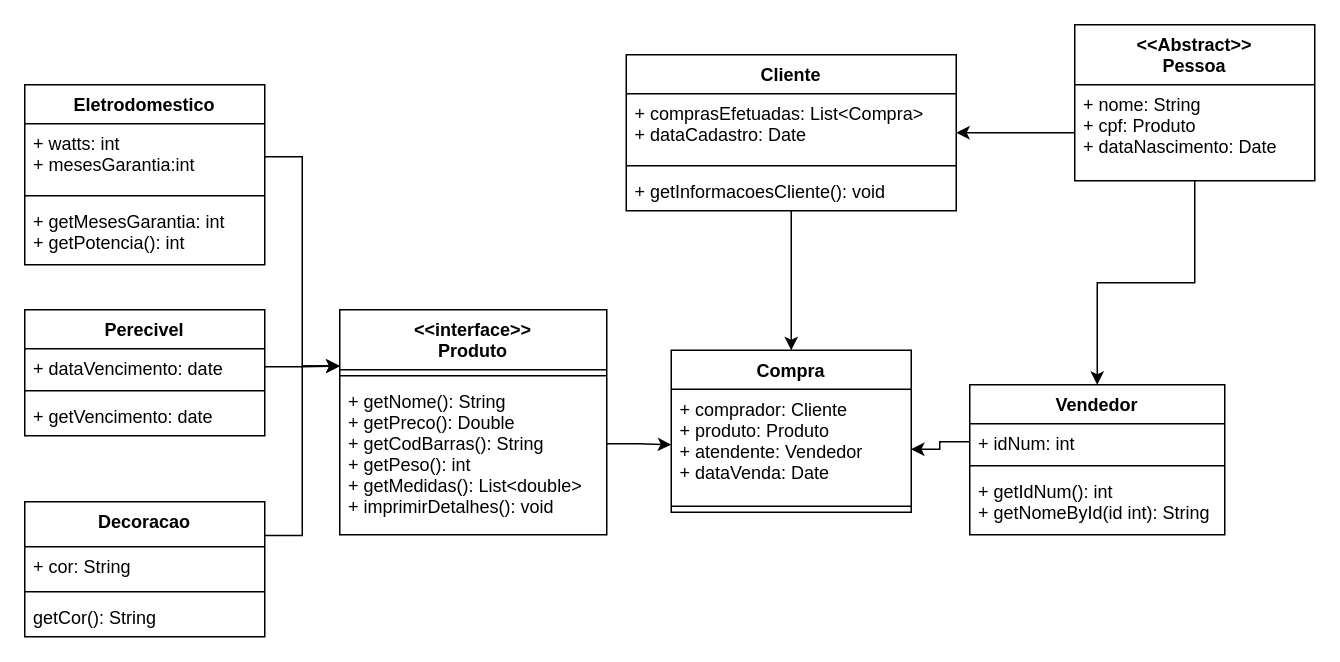
Above: ProjetoLP2.drawio in jovi-j/projeto-lp2 (draw.io), before the change. Source tidied: cells renumbered, new cells numbered last; positions are measured from the earlier drawing's top-left corner, leaving out a move shared by most shapes. Both pictures are drawn from the tidied source at 150%, with x=0, y=0 at pixel (24, 24).
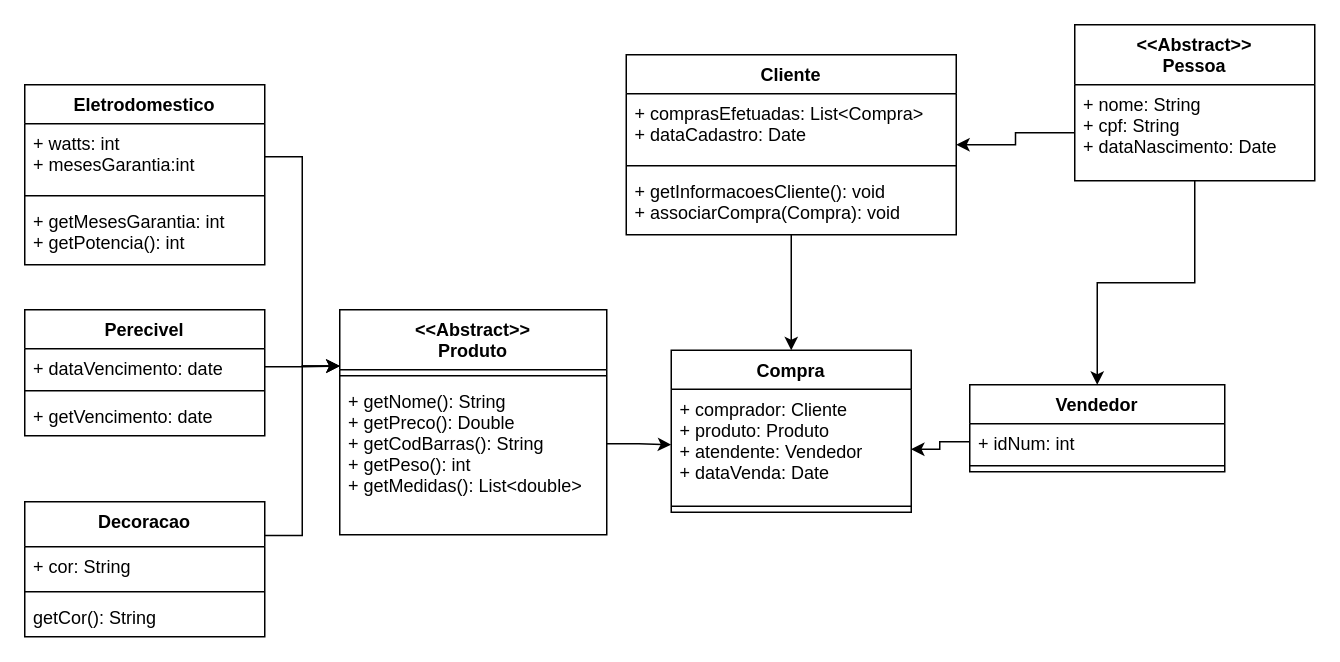
The same diagram, later.

Unchanged cells that the change refers to:
```xml
<mxCell id="30" value="&lt;&lt;Abstract&gt;&gt;&#10;Pessoa" style="swimlane;fontStyle=1;align=center;verticalAlign=top;horizontal=1;startSize=40;" parent="1" vertex="1">
  <mxGeometry x="700" width="160" height="104" as="geometry" />
</mxCell>
```

The edit, as a diff of the source:
```diff
@@
-    <mxCell id="3" value="&lt;&lt;interface&gt;&gt;&#10;Produto" style="swimlane;fontStyle=1;align=center;verticalAlign=top;horizontal=1;startSize=40;" parent="1" vertex="1">
+    <mxCell id="3" value="&lt;&lt;Abstract&gt;&gt;&#10;Produto" style="swimlane;fontStyle=1;align=center;verticalAlign=top;horizontal=1;startSize=40;" parent="1" vertex="1">
       <mxGeometry x="210" y="190" width="178" height="150" as="geometry" />
     </mxCell>
@@
-    <mxCell id="5" value="+ getNome(): String&#10;+ getPreco(): Double&#10;+ getCodBarras(): String&#10;+ getPeso(): int&#10;+ getMedidas(): List&lt;double&gt;&#10;+ imprimirDetalhes(): void&#10;" style="text;strokeColor=none;fillColor=none;align=left;verticalAlign=top;spacingLeft=4;spacingRight=4;overflow=hidden;points=[[0,0.5],[1,0.5]];portConstraint=eastwest;" parent="3" vertex="1">
+    <mxCell id="5" value="+ getNome(): String&#10;+ getPreco(): Double&#10;+ getCodBarras(): String&#10;+ getPeso(): int&#10;+ getMedidas(): List&lt;double&gt;" style="text;strokeColor=none;fillColor=none;align=left;verticalAlign=top;spacingLeft=4;spacingRight=4;overflow=hidden;points=[[0,0.5],[1,0.5]];portConstraint=eastwest;" parent="3" vertex="1">
       <mxGeometry y="48" width="178" height="102" as="geometry" />
     </mxCell>
@@
     <mxCell id="14" value="Cliente" style="swimlane;fontStyle=1;align=center;verticalAlign=top;horizontal=1;startSize=26;" parent="1" vertex="1">
-      <mxGeometry x="401" y="20" width="220" height="104" as="geometry" />
+      <mxGeometry x="401" y="20" width="220" height="120" as="geometry" />
     </mxCell>
@@
-    <mxCell id="17" value="+ getInformacoesCliente(): void" style="text;strokeColor=none;fillColor=none;align=left;verticalAlign=top;spacingLeft=4;spacingRight=4;overflow=hidden;" parent="14" vertex="1">
-      <mxGeometry y="78" width="220" height="26" as="geometry" />
+    <mxCell id="17" value="+ getInformacoesCliente(): void&#10;+ associarCompra(Compra): void" style="text;strokeColor=none;fillColor=none;align=left;verticalAlign=top;spacingLeft=4;spacingRight=4;overflow=hidden;" parent="14" vertex="1">
+      <mxGeometry y="78" width="220" height="42" as="geometry" />
     </mxCell>
@@
-    <mxCell id="31" value="+ nome: String&#10;+ cpf: Produto&#10;+ dataNascimento: Date&#10;&#10;" style="text;strokeColor=none;fillColor=none;align=left;verticalAlign=top;spacingLeft=4;spacingRight=4;overflow=hidden;points=[[0,0.5],[1,0.5]];portConstraint=eastwest;" parent="30" vertex="1">
+    <mxCell id="31" value="+ nome: String&#10;+ cpf: String&#10;+ dataNascimento: Date&#10;&#10;" style="text;strokeColor=none;fillColor=none;align=left;verticalAlign=top;spacingLeft=4;spacingRight=4;overflow=hidden;points=[[0,0.5],[1,0.5]];portConstraint=eastwest;" parent="30" vertex="1">
       <mxGeometry y="40" width="160" height="64" as="geometry" />
     </mxCell>
     <mxCell id="32" value="Vendedor&#10;" style="swimlane;fontStyle=1;align=center;verticalAlign=top;horizontal=1;startSize=26;" parent="1" vertex="1">
-      <mxGeometry x="630" y="240" width="170" height="100" as="geometry" />
+      <mxGeometry x="630" y="240" width="170" height="58" as="geometry" />
     </mxCell>
@@
-    <mxCell id="35" value="+ getIdNum(): int&#10;+ getNomeById(id int): String" style="text;strokeColor=none;fillColor=none;align=left;verticalAlign=top;spacingLeft=4;spacingRight=4;overflow=hidden;" parent="32" vertex="1">
-      <mxGeometry y="58" width="170" height="42" as="geometry" />
-    </mxCell>
```
